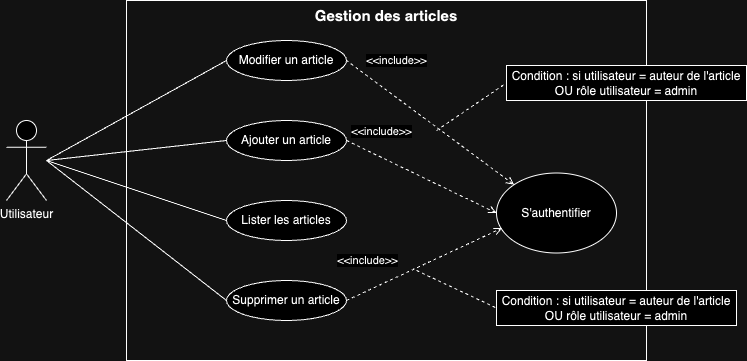
Before: diagrammes/cas_d_utilisation_article.png, a diagram exported from draw.io (cactuseure/Openclassrooms_projet5). Source tidied: cells renumbered, new cells last; positions are measured from the earlier drawing's top-left corner, leaving out a move shared by most shapes. Its diagram source:
```xml
<mxGraphModel>
  <root>
    <mxCell id="0" />
    <mxCell id="1" parent="0" />
    <mxCell id="2" style="rounded=0;whiteSpace=wrap;html=1;fillColor=none;" parent="1" vertex="1">
      <mxGeometry x="120" width="520" height="360" as="geometry" />
    </mxCell>
    <mxCell id="3" value="Utilisateur" style="shape=umlActor;verticalLabelPosition=bottom;verticalAlign=top;html=1;" parent="1" vertex="1">
      <mxGeometry y="120" width="40" height="80" as="geometry" />
    </mxCell>
    <mxCell id="4" value="Modifier un article" style="ellipse;whiteSpace=wrap;html=1;" parent="1" vertex="1">
      <mxGeometry x="220" y="40" width="120" height="40" as="geometry" />
    </mxCell>
    <mxCell id="5" value="Ajouter un article" style="ellipse;whiteSpace=wrap;html=1;" parent="1" vertex="1">
      <mxGeometry x="220" y="120" width="120" height="40" as="geometry" />
    </mxCell>
    <mxCell id="6" value="Lister les articles" style="ellipse;whiteSpace=wrap;html=1;" parent="1" vertex="1">
      <mxGeometry x="220" y="200" width="120" height="40" as="geometry" />
    </mxCell>
    <mxCell id="7" value="Supprimer un article" style="ellipse;whiteSpace=wrap;html=1;" parent="1" vertex="1">
      <mxGeometry x="220" y="280" width="120" height="40" as="geometry" />
    </mxCell>
    <mxCell id="8" value="&lt;b&gt;&lt;font style=&quot;font-size: 15px;&quot;&gt;Gestion des articles&lt;/font&gt;&lt;/b&gt;" style="text;html=1;strokeColor=none;fillColor=none;align=center;verticalAlign=middle;whiteSpace=wrap;rounded=0;" parent="1" vertex="1">
      <mxGeometry x="120" width="520" height="30" as="geometry" />
    </mxCell>
    <mxCell id="9" value="S'authentifier" style="ellipse;whiteSpace=wrap;html=1;" parent="1" vertex="1">
      <mxGeometry x="490" y="172.5" width="120" height="80" as="geometry" />
    </mxCell>
    <mxCell id="10" style="endArrow=none;html=1;rounded=0;entryX=0;entryY=0.5;entryDx=0;entryDy=0;" parent="1" edge="1" target="4">
      <mxGeometry relative="1" as="geometry">
        <mxPoint x="40" y="160" as="sourcePoint" />
      </mxGeometry>
    </mxCell>
    <mxCell id="11" style="endArrow=none;html=1;rounded=0;entryX=0;entryY=0.5;entryDx=0;entryDy=0;" parent="1" edge="1" target="5">
      <mxGeometry relative="1" as="geometry">
        <mxPoint x="40" y="160" as="sourcePoint" />
      </mxGeometry>
    </mxCell>
    <mxCell id="12" style="endArrow=none;html=1;rounded=0;entryX=0;entryY=0.5;entryDx=0;entryDy=0;" parent="1" edge="1" target="6">
      <mxGeometry relative="1" as="geometry">
        <mxPoint x="40" y="160" as="sourcePoint" />
      </mxGeometry>
    </mxCell>
    <mxCell id="13" style="endArrow=none;html=1;rounded=0;entryX=0;entryY=0.5;entryDx=0;entryDy=0;" parent="1" edge="1" target="7">
      <mxGeometry relative="1" as="geometry">
        <mxPoint x="40" y="160" as="sourcePoint" />
      </mxGeometry>
    </mxCell>
    <mxCell id="14" style="endArrow=none;dashed=1;html=1;rounded=0;entryX=1;entryY=0.5;entryDx=0;entryDy=0;exitX=0;exitY=0;exitDx=0;exitDy=0;endFill=0;startArrow=open;startFill=0;" parent="1" edge="1" source="9" target="4">
      <mxGeometry relative="1" as="geometry" />
    </mxCell>
    <mxCell id="15" value="&amp;lt;&amp;lt;include&amp;gt;&amp;gt;" style="edgeLabel;html=1;align=center;verticalAlign=middle;" parent="14" vertex="1">
      <mxGeometry x="0.5" y="3" relative="1" as="geometry">
        <mxPoint x="9" y="-34" as="offset" />
      </mxGeometry>
    </mxCell>
    <mxCell id="16" style="endArrow=none;dashed=1;html=1;rounded=0;entryX=0;entryY=0.5;entryDx=0;entryDy=0;" parent="1" edge="1" target="17">
      <mxGeometry relative="1" as="geometry">
        <mxPoint x="430" y="130" as="sourcePoint" />
      </mxGeometry>
    </mxCell>
    <mxCell id="17" value="Condition : si utilisateur = auteur de l'article OU rôle utilisateur = admin" style="html=1;whiteSpace=wrap;" parent="1" vertex="1">
      <mxGeometry x="500" y="65" width="240" height="35" as="geometry" />
    </mxCell>
    <mxCell id="18" style="endArrow=open;html=1;rounded=0;exitX=1;exitY=0.5;exitDx=0;exitDy=0;entryX=0;entryY=0.5;entryDx=0;entryDy=0;dashed=1;endFill=0;" parent="1" edge="1" source="5" target="9">
      <mxGeometry relative="1" as="geometry" />
    </mxCell>
    <mxCell id="19" value="&amp;lt;&amp;lt;include&amp;gt;&amp;gt;" style="edgeLabel;html=1;align=center;verticalAlign=middle;" parent="18" vertex="1">
      <mxGeometry x="-0.48" y="-1" relative="1" as="geometry">
        <mxPoint x="-5" y="-30" as="offset" />
      </mxGeometry>
    </mxCell>
    <mxCell id="20" style="endArrow=open;html=1;rounded=0;exitX=1;exitY=0.5;exitDx=0;exitDy=0;entryX=0.046;entryY=0.689;entryDx=0;entryDy=0;dashed=1;endFill=0;entryPerimeter=0;" parent="1" edge="1" source="7" target="9">
      <mxGeometry relative="1" as="geometry" />
    </mxCell>
    <mxCell id="21" value="&amp;lt;&amp;lt;include&amp;gt;&amp;gt;" style="edgeLabel;html=1;align=center;verticalAlign=middle;" parent="20" vertex="1">
      <mxGeometry x="-0.48" y="-1" relative="1" as="geometry">
        <mxPoint x="-21" y="-22" as="offset" />
      </mxGeometry>
    </mxCell>
    <mxCell id="22" value="Condition : si utilisateur = auteur de l'article OU rôle utilisateur = admin" style="html=1;whiteSpace=wrap;" parent="1" vertex="1">
      <mxGeometry x="490" y="290" width="240" height="35" as="geometry" />
    </mxCell>
    <mxCell id="23" style="endArrow=none;dashed=1;html=1;rounded=0;entryX=0;entryY=0.5;entryDx=0;entryDy=0;" parent="1" edge="1" target="22">
      <mxGeometry relative="1" as="geometry">
        <mxPoint x="410" y="270" as="sourcePoint" />
      </mxGeometry>
    </mxCell>
  </root>
</mxGraphModel>
```
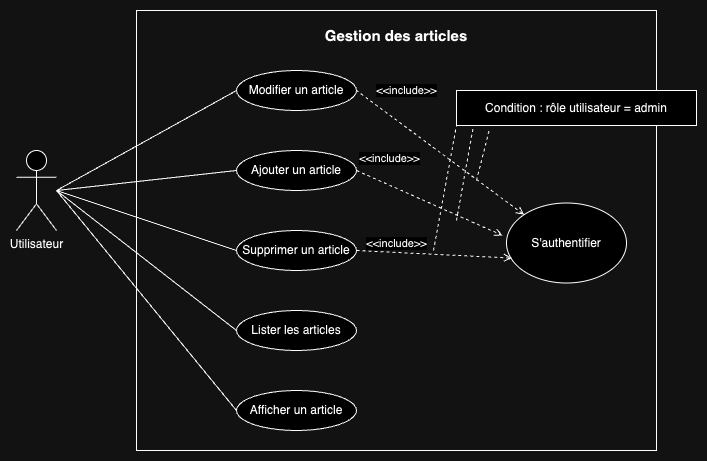
Later version of the same file.

Change to the diagram source:
```diff
@@ -3,7 +3,7 @@
     <mxCell id="0" />
     <mxCell id="1" parent="0" />
     <mxCell id="2" style="rounded=0;whiteSpace=wrap;html=1;fillColor=none;" parent="1" vertex="1">
-      <mxGeometry x="120" width="520" height="360" as="geometry" />
+      <mxGeometry x="120" y="-20" width="520" height="440" as="geometry" />
     </mxCell>
     <mxCell id="3" value="Utilisateur" style="shape=umlActor;verticalLabelPosition=bottom;verticalAlign=top;html=1;" parent="1" vertex="1">
       <mxGeometry y="120" width="40" height="80" as="geometry" />
@@ -15,13 +15,13 @@
       <mxGeometry x="220" y="120" width="120" height="40" as="geometry" />
     </mxCell>
     <mxCell id="6" value="Lister les articles" style="ellipse;whiteSpace=wrap;html=1;" parent="1" vertex="1">
-      <mxGeometry x="220" y="200" width="120" height="40" as="geometry" />
+      <mxGeometry x="220" y="280" width="120" height="40" as="geometry" />
     </mxCell>
     <mxCell id="7" value="Supprimer un article" style="ellipse;whiteSpace=wrap;html=1;" parent="1" vertex="1">
-      <mxGeometry x="220" y="280" width="120" height="40" as="geometry" />
+      <mxGeometry x="220" y="200" width="120" height="40" as="geometry" />
     </mxCell>
     <mxCell id="8" value="&lt;b&gt;&lt;font style=&quot;font-size: 15px;&quot;&gt;Gestion des articles&lt;/font&gt;&lt;/b&gt;" style="text;html=1;strokeColor=none;fillColor=none;align=center;verticalAlign=middle;whiteSpace=wrap;rounded=0;" parent="1" vertex="1">
-      <mxGeometry x="120" width="520" height="30" as="geometry" />
+      <mxGeometry x="120" y="-10" width="520" height="30" as="geometry" />
     </mxCell>
     <mxCell id="9" value="S'authentifier" style="ellipse;whiteSpace=wrap;html=1;" parent="1" vertex="1">
       <mxGeometry x="490" y="172.5" width="120" height="80" as="geometry" />
@@ -54,15 +54,10 @@
         <mxPoint x="9" y="-34" as="offset" />
       </mxGeometry>
     </mxCell>
-    <mxCell id="16" style="endArrow=none;dashed=1;html=1;rounded=0;entryX=0;entryY=0.5;entryDx=0;entryDy=0;" parent="1" edge="1" target="17">
-      <mxGeometry relative="1" as="geometry">
-        <mxPoint x="430" y="130" as="sourcePoint" />
-      </mxGeometry>
-    </mxCell>
-    <mxCell id="17" value="Condition : si utilisateur = auteur de l'article OU rôle utilisateur = admin" style="html=1;whiteSpace=wrap;" parent="1" vertex="1">
-      <mxGeometry x="500" y="65" width="240" height="35" as="geometry" />
+    <mxCell id="17" value="Condition : rôle utilisateur = admin" style="html=1;whiteSpace=wrap;" parent="1" vertex="1">
+      <mxGeometry x="440" y="60" width="240" height="35" as="geometry" />
     </mxCell>
-    <mxCell id="18" style="endArrow=open;html=1;rounded=0;exitX=1;exitY=0.5;exitDx=0;exitDy=0;entryX=0;entryY=0.5;entryDx=0;entryDy=0;dashed=1;endFill=0;" parent="1" edge="1" source="5" target="9">
+    <mxCell id="18" style="endArrow=open;html=1;rounded=0;exitX=1;exitY=0.5;exitDx=0;exitDy=0;entryX=-0.033;entryY=0.406;entryDx=0;entryDy=0;dashed=1;endFill=0;entryPerimeter=0;" parent="1" edge="1" source="5" target="9">
       <mxGeometry relative="1" as="geometry" />
     </mxCell>
     <mxCell id="19" value="&amp;lt;&amp;lt;include&amp;gt;&amp;gt;" style="edgeLabel;html=1;align=center;verticalAlign=middle;" parent="18" vertex="1">
@@ -75,16 +70,31 @@
     </mxCell>
     <mxCell id="21" value="&amp;lt;&amp;lt;include&amp;gt;&amp;gt;" style="edgeLabel;html=1;align=center;verticalAlign=middle;" parent="20" vertex="1">
       <mxGeometry x="-0.48" y="-1" relative="1" as="geometry">
-        <mxPoint x="-21" y="-22" as="offset" />
+        <mxPoint x="-1" y="-11" as="offset" />
       </mxGeometry>
     </mxCell>
-    <mxCell id="22" value="Condition : si utilisateur = auteur de l'article OU rôle utilisateur = admin" style="html=1;whiteSpace=wrap;" parent="1" vertex="1">
-      <mxGeometry x="490" y="290" width="240" height="35" as="geometry" />
-    </mxCell>
-    <mxCell id="23" style="endArrow=none;dashed=1;html=1;rounded=0;entryX=0;entryY=0.5;entryDx=0;entryDy=0;" parent="1" edge="1" target="22">
-      <mxGeometry relative="1" as="geometry">
-        <mxPoint x="410" y="270" as="sourcePoint" />
-      </mxGeometry>
-    </mxCell>
+    <mxCell id="24" value="Afficher un article" style="ellipse;whiteSpace=wrap;html=1;" parent="1" vertex="1">
+      <mxGeometry x="220" y="360" width="120" height="40" as="geometry" />
+    </mxCell>
+    <mxCell id="25" style="endArrow=none;dashed=1;html=1;rounded=0;entryX=0.071;entryY=1;entryDx=0;entryDy=0;entryPerimeter=0;" parent="1" edge="1" target="17">
+      <mxGeometry relative="1" as="geometry">
+        <mxPoint x="440" y="190" as="sourcePoint" />
+      </mxGeometry>
+    </mxCell>
+    <mxCell id="26" style="endArrow=none;dashed=1;html=1;rounded=0;entryX=0;entryY=1;entryDx=0;entryDy=0;" parent="1" edge="1" target="17">
+      <mxGeometry relative="1" as="geometry">
+        <mxPoint x="417" y="220" as="sourcePoint" />
+      </mxGeometry>
+    </mxCell>
+    <mxCell id="27" style="endArrow=none;dashed=1;html=1;rounded=0;entryX=0.138;entryY=1.086;entryDx=0;entryDy=0;entryPerimeter=0;" parent="1" edge="1" target="17">
+      <mxGeometry relative="1" as="geometry">
+        <mxPoint x="460" y="150" as="sourcePoint" />
+      </mxGeometry>
+    </mxCell>
+    <mxCell id="28" style="endArrow=none;html=1;rounded=0;entryX=0;entryY=0.5;entryDx=0;entryDy=0;" parent="1" edge="1" target="24">
+      <mxGeometry relative="1" as="geometry">
+        <mxPoint x="40" y="160" as="sourcePoint" />
+      </mxGeometry>
+    </mxCell>
   </root>
 </mxGraphModel>
```
